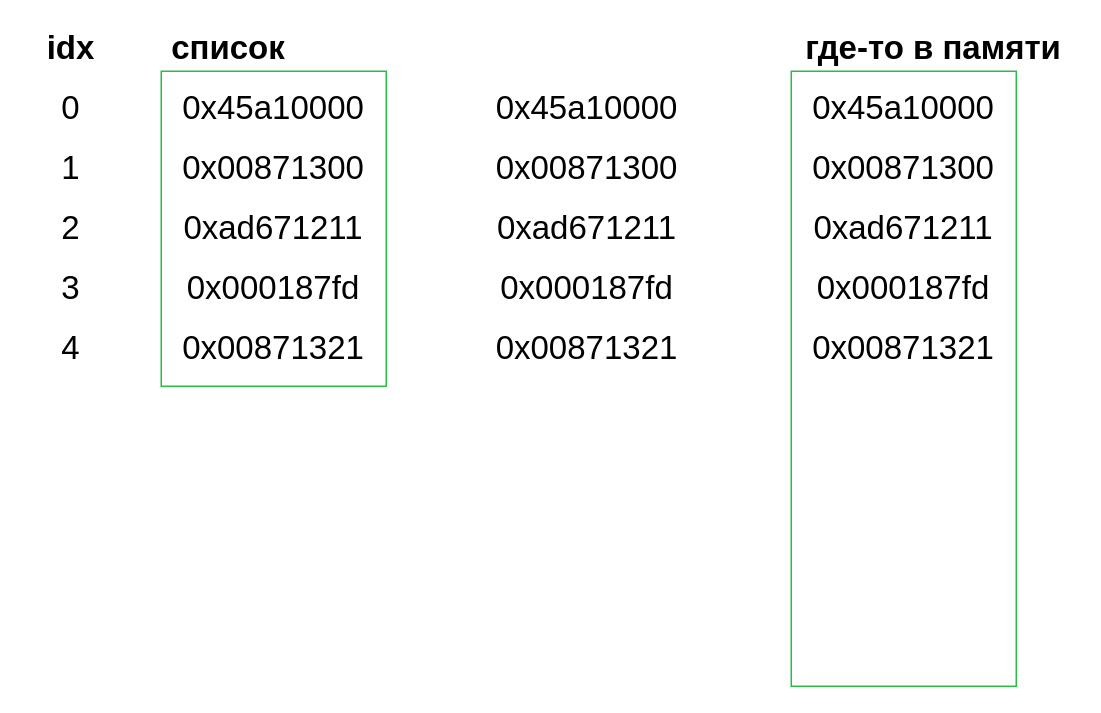
VChuzlov/Python_for_CE keeps this draw.io diagram as 2024/Lectures/Lec-1.2-Структуры данных списки/list.drawio. Above is the earlier version. Source tidied: cells renumbered, new cells numbered last; positions are measured from the earlier drawing's top-left corner, leaving out a move shared by most shapes. Both pictures are drawn from the tidied source at 150%, with x=0, y=0 at pixel (26, 26).
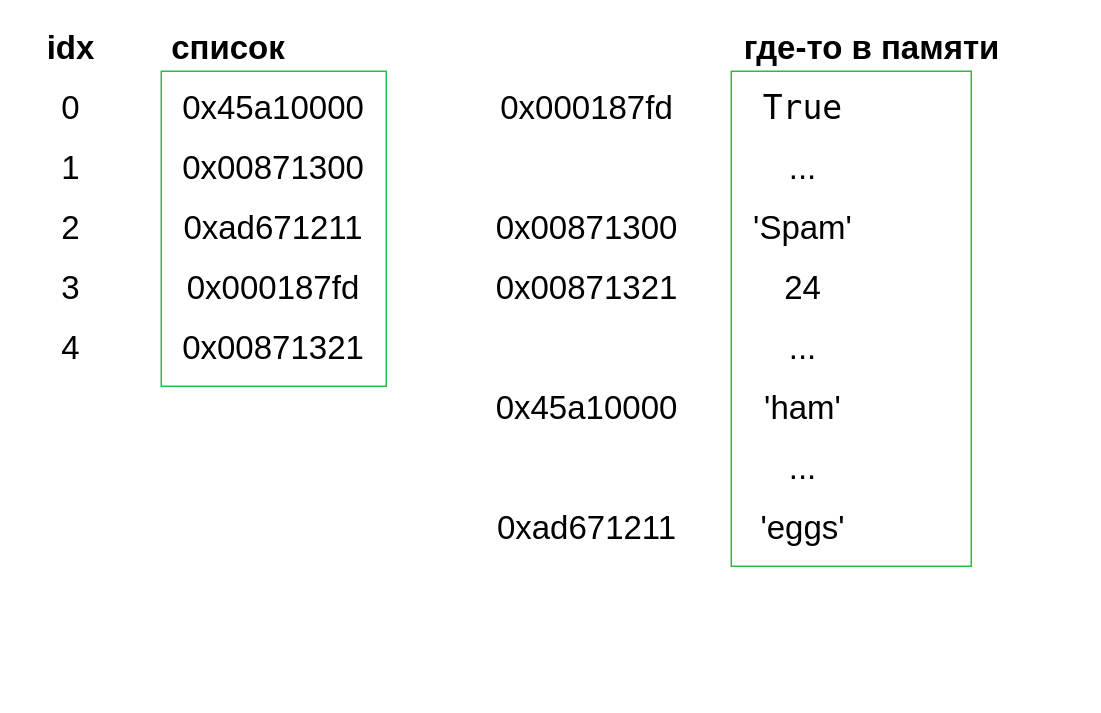
The same page after the edit.

The edit, as a diff of the source:
```diff
@@
     <mxCell id="15" value="&lt;font style=&quot;font-size: 22px;&quot;&gt;0x45a10000&lt;/font&gt;" style="text;strokeColor=none;align=center;fillColor=none;html=1;verticalAlign=middle;whiteSpace=wrap;rounded=0;" parent="1" vertex="1">
-      <mxGeometry x="309" y="40" width="130" height="30" as="geometry" />
+      <mxGeometry x="309" y="240" width="130" height="30" as="geometry" />
     </mxCell>
     <mxCell id="16" value="&lt;font style=&quot;font-size: 22px;&quot;&gt;0x00871300&lt;/font&gt;" style="text;strokeColor=none;align=center;fillColor=none;html=1;verticalAlign=middle;whiteSpace=wrap;rounded=0;" parent="1" vertex="1">
-      <mxGeometry x="309" y="80" width="130" height="30" as="geometry" />
+      <mxGeometry x="309" y="120" width="130" height="30" as="geometry" />
     </mxCell>
     <mxCell id="17" value="&lt;font style=&quot;font-size: 22px;&quot;&gt;0xad671211&lt;/font&gt;" style="text;strokeColor=none;align=center;fillColor=none;html=1;verticalAlign=middle;whiteSpace=wrap;rounded=0;" parent="1" vertex="1">
-      <mxGeometry x="309" y="120" width="130" height="30" as="geometry" />
+      <mxGeometry x="309" y="320" width="130" height="30" as="geometry" />
     </mxCell>
     <mxCell id="18" value="&lt;font style=&quot;font-size: 22px;&quot;&gt;0x000187fd&lt;/font&gt;" style="text;strokeColor=none;align=center;fillColor=none;html=1;verticalAlign=middle;whiteSpace=wrap;rounded=0;" parent="1" vertex="1">
-      <mxGeometry x="309" y="160" width="130" height="30" as="geometry" />
+      <mxGeometry x="309" y="40" width="130" height="30" as="geometry" />
     </mxCell>
     <mxCell id="19" value="&lt;font style=&quot;font-size: 22px;&quot;&gt;0x00871321&lt;/font&gt;" style="text;strokeColor=none;align=center;fillColor=none;html=1;verticalAlign=middle;whiteSpace=wrap;rounded=0;" parent="1" vertex="1">
-      <mxGeometry x="309" y="200" width="130" height="30" as="geometry" />
+      <mxGeometry x="309" y="160" width="130" height="30" as="geometry" />
     </mxCell>
     <mxCell id="20" style="rounded=0;whiteSpace=wrap;html=1;fillColor=none;strokeColor=#28be46;" parent="1" vertex="1">
-      <mxGeometry x="510" y="30" width="150" height="410" as="geometry" />
+      <mxGeometry x="470" y="30" width="160" height="330" as="geometry" />
     </mxCell>
     <mxCell id="21" value="&lt;font style=&quot;font-size: 22px;&quot;&gt;&lt;b&gt;где-то в памяти&lt;/b&gt;&lt;/font&gt;" style="text;strokeColor=none;align=center;fillColor=none;html=1;verticalAlign=middle;whiteSpace=wrap;rounded=0;" parent="1" vertex="1">
-      <mxGeometry x="510" width="190" height="30" as="geometry" />
+      <mxGeometry x="469" width="190" height="30" as="geometry" />
     </mxCell>
-    <mxCell id="22" value="&lt;font style=&quot;font-size: 22px;&quot;&gt;0x45a10000&lt;/font&gt;" style="text;strokeColor=none;align=center;fillColor=none;html=1;verticalAlign=middle;whiteSpace=wrap;rounded=0;" parent="1" vertex="1">
-      <mxGeometry x="520" y="40" width="130" height="30" as="geometry" />
+    <mxCell id="22" value="&lt;span style=&quot;font-size: 22px;&quot;&gt;&lt;font face=&quot;Lucida Console&quot;&gt;True&lt;/font&gt;&lt;/span&gt;" style="text;strokeColor=none;align=center;fillColor=none;html=1;verticalAlign=middle;whiteSpace=wrap;rounded=0;" parent="1" vertex="1">
+      <mxGeometry x="453" y="40" width="130" height="30" as="geometry" />
     </mxCell>
-    <mxCell id="23" value="&lt;font style=&quot;font-size: 22px;&quot;&gt;0x00871300&lt;/font&gt;" style="text;strokeColor=none;align=center;fillColor=none;html=1;verticalAlign=middle;whiteSpace=wrap;rounded=0;" parent="1" vertex="1">
-      <mxGeometry x="520" y="80" width="130" height="30" as="geometry" />
+    <mxCell id="23" value="&lt;font style=&quot;font-size: 22px;&quot;&gt;...&lt;/font&gt;" style="text;strokeColor=none;align=center;fillColor=none;html=1;verticalAlign=middle;whiteSpace=wrap;rounded=0;" parent="1" vertex="1">
+      <mxGeometry x="453" y="80" width="130" height="30" as="geometry" />
     </mxCell>
-    <mxCell id="24" value="&lt;font style=&quot;font-size: 22px;&quot;&gt;0xad671211&lt;/font&gt;" style="text;strokeColor=none;align=center;fillColor=none;html=1;verticalAlign=middle;whiteSpace=wrap;rounded=0;" parent="1" vertex="1">
-      <mxGeometry x="520" y="120" width="130" height="30" as="geometry" />
+    <mxCell id="24" value="&lt;font style=&quot;font-size: 22px;&quot;&gt;'Spam'&lt;/font&gt;" style="text;strokeColor=none;align=center;fillColor=none;html=1;verticalAlign=middle;whiteSpace=wrap;rounded=0;" parent="1" vertex="1">
+      <mxGeometry x="453" y="120" width="130" height="30" as="geometry" />
     </mxCell>
-    <mxCell id="25" value="&lt;font style=&quot;font-size: 22px;&quot;&gt;0x000187fd&lt;/font&gt;" style="text;strokeColor=none;align=center;fillColor=none;html=1;verticalAlign=middle;whiteSpace=wrap;rounded=0;" parent="1" vertex="1">
-      <mxGeometry x="520" y="160" width="130" height="30" as="geometry" />
+    <mxCell id="25" value="&lt;font style=&quot;font-size: 22px;&quot;&gt;24&lt;/font&gt;" style="text;strokeColor=none;align=center;fillColor=none;html=1;verticalAlign=middle;whiteSpace=wrap;rounded=0;" parent="1" vertex="1">
+      <mxGeometry x="453" y="160" width="130" height="30" as="geometry" />
     </mxCell>
-    <mxCell id="26" value="&lt;font style=&quot;font-size: 22px;&quot;&gt;0x00871321&lt;/font&gt;" style="text;strokeColor=none;align=center;fillColor=none;html=1;verticalAlign=middle;whiteSpace=wrap;rounded=0;" parent="1" vertex="1">
-      <mxGeometry x="520" y="200" width="130" height="30" as="geometry" />
+    <mxCell id="26" value="&lt;font style=&quot;font-size: 22px;&quot;&gt;...&lt;/font&gt;" style="text;strokeColor=none;align=center;fillColor=none;html=1;verticalAlign=middle;whiteSpace=wrap;rounded=0;" parent="1" vertex="1">
+      <mxGeometry x="453" y="200" width="130" height="30" as="geometry" />
     </mxCell>
+    <mxCell id="27" value="&lt;font style=&quot;font-size: 22px;&quot;&gt;'ham'&lt;/font&gt;" style="text;strokeColor=none;align=center;fillColor=none;html=1;verticalAlign=middle;whiteSpace=wrap;rounded=0;" parent="1" vertex="1">
+      <mxGeometry x="453" y="240" width="130" height="30" as="geometry" />
+    </mxCell>
+    <mxCell id="28" value="&lt;font style=&quot;font-size: 22px;&quot;&gt;...&lt;/font&gt;" style="text;strokeColor=none;align=center;fillColor=none;html=1;verticalAlign=middle;whiteSpace=wrap;rounded=0;" parent="1" vertex="1">
+      <mxGeometry x="453" y="280" width="130" height="30" as="geometry" />
+    </mxCell>
+    <mxCell id="29" value="&lt;font style=&quot;font-size: 22px;&quot;&gt;'eggs'&lt;/font&gt;" style="text;strokeColor=none;align=center;fillColor=none;html=1;verticalAlign=middle;whiteSpace=wrap;rounded=0;" parent="1" vertex="1">
+      <mxGeometry x="453" y="320" width="130" height="30" as="geometry" />
+    </mxCell>
```
